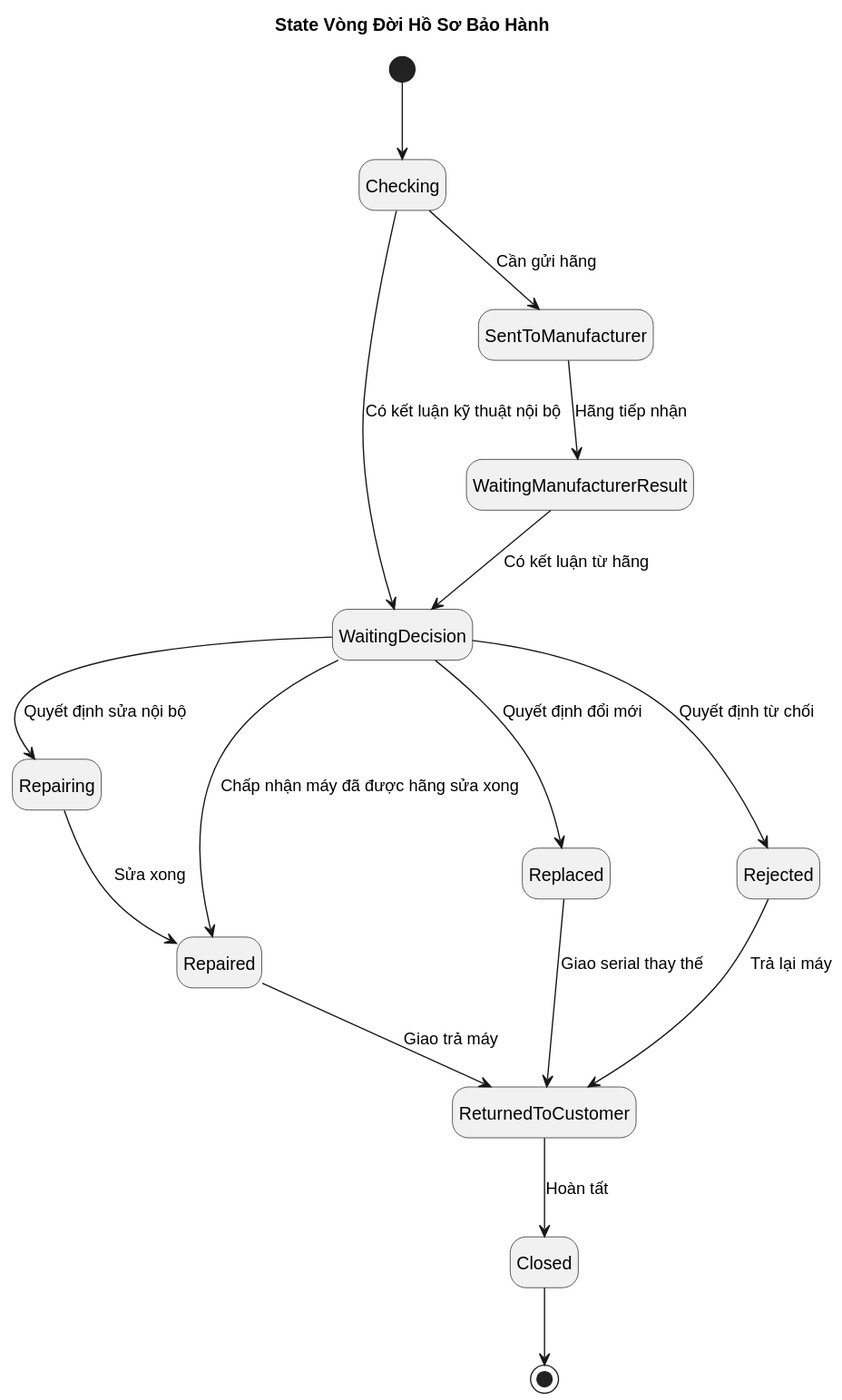
TheGiver262/WarePro keeps this PlantUML diagram as Diagram/plantuml-svg/State_VongDoi_HoSoBaoHanh.svg. Above is the earlier version. Source of this version:
```plantuml
@startuml
title State Vòng Đời Hồ Sơ Bảo Hành
hide empty description

[*] --> Checking
Checking --> WaitingDecision : Có kết luận kỹ thuật nội bộ
Checking --> SentToManufacturer : Cần gửi hãng
SentToManufacturer --> WaitingManufacturerResult : Hãng tiếp nhận
WaitingManufacturerResult --> WaitingDecision : Có kết luận từ hãng
WaitingDecision --> Repairing : Quyết định sửa nội bộ
WaitingDecision --> Repaired : Chấp nhận máy đã được hãng sửa xong
WaitingDecision --> Replaced : Quyết định đổi mới
WaitingDecision --> Rejected : Quyết định từ chối
Repairing --> Repaired : Sửa xong
Repaired --> ReturnedToCustomer : Giao trả máy
Replaced --> ReturnedToCustomer : Giao serial thay thế
Rejected --> ReturnedToCustomer : Trả lại máy
ReturnedToCustomer --> Closed : Hoàn tất
Closed --> [*]
@enduml
```
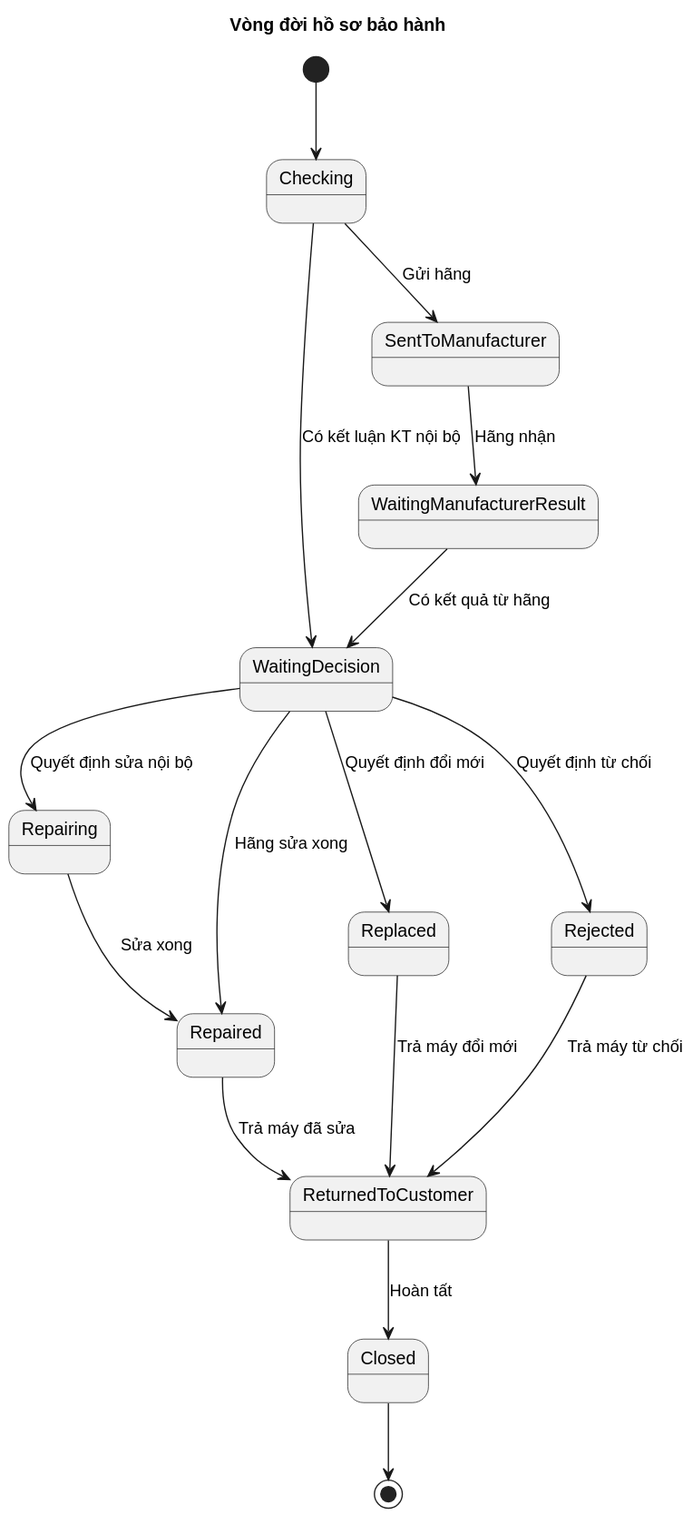
Later version of the same file.

Diff of the diagram source:
```diff
@@ -1,20 +1,22 @@
 @startuml
-title State Vòng Đời Hồ Sơ Bảo Hành
-hide empty description
+title Vòng đời hồ sơ bảo hành
 
 [*] --> Checking
-Checking --> WaitingDecision : Có kết luận kỹ thuật nội bộ
-Checking --> SentToManufacturer : Cần gửi hãng
-SentToManufacturer --> WaitingManufacturerResult : Hãng tiếp nhận
-WaitingManufacturerResult --> WaitingDecision : Có kết luận từ hãng
-WaitingDecision --> Repairing : Quyết định sửa nội bộ
-WaitingDecision --> Repaired : Chấp nhận máy đã được hãng sửa xong
-WaitingDecision --> Replaced : Quyết định đổi mới
-WaitingDecision --> Rejected : Quyết định từ chối
-Repairing --> Repaired : Sửa xong
-Repaired --> ReturnedToCustomer : Giao trả máy
-Replaced --> ReturnedToCustomer : Giao serial thay thế
-Rejected --> ReturnedToCustomer : Trả lại máy
-ReturnedToCustomer --> Closed : Hoàn tất
+Checking --> WaitingDecision: Có kết luận KT nội bộ
+Checking --> SentToManufacturer: Gửi hãng
+SentToManufacturer --> WaitingManufacturerResult: Hãng nhận
+WaitingManufacturerResult --> WaitingDecision: Có kết quả từ hãng
+
+WaitingDecision --> Repairing: Quyết định sửa nội bộ
+WaitingDecision --> Repaired: Hãng sửa xong
+WaitingDecision --> Replaced: Quyết định đổi mới
+WaitingDecision --> Rejected: Quyết định từ chối
+
+Repairing --> Repaired: Sửa xong
+Repaired --> ReturnedToCustomer: Trả máy đã sửa
+Replaced --> ReturnedToCustomer: Trả máy đổi mới
+Rejected --> ReturnedToCustomer: Trả máy từ chối
+
+ReturnedToCustomer --> Closed: Hoàn tất
 Closed --> [*]
 @enduml
```
